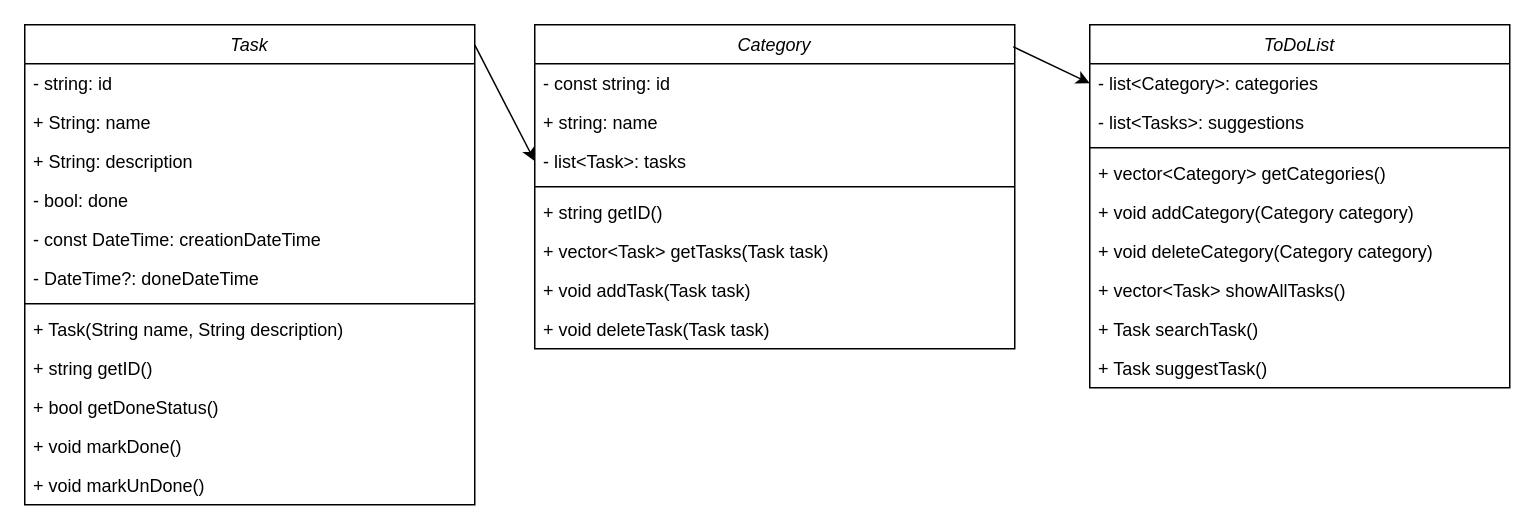
Lululululukasz/GamifizierteToDoListe keeps this draw.io diagram as docs/Class Structure/ClassStructure.drawio. Above is the earlier version. Source tidied: cells renumbered, new cells numbered last; positions are measured from the earlier drawing's top-left corner, leaving out a move shared by most shapes. Both pictures are drawn from the tidied source at 150%, with x=0, y=0 at pixel (24, 24).
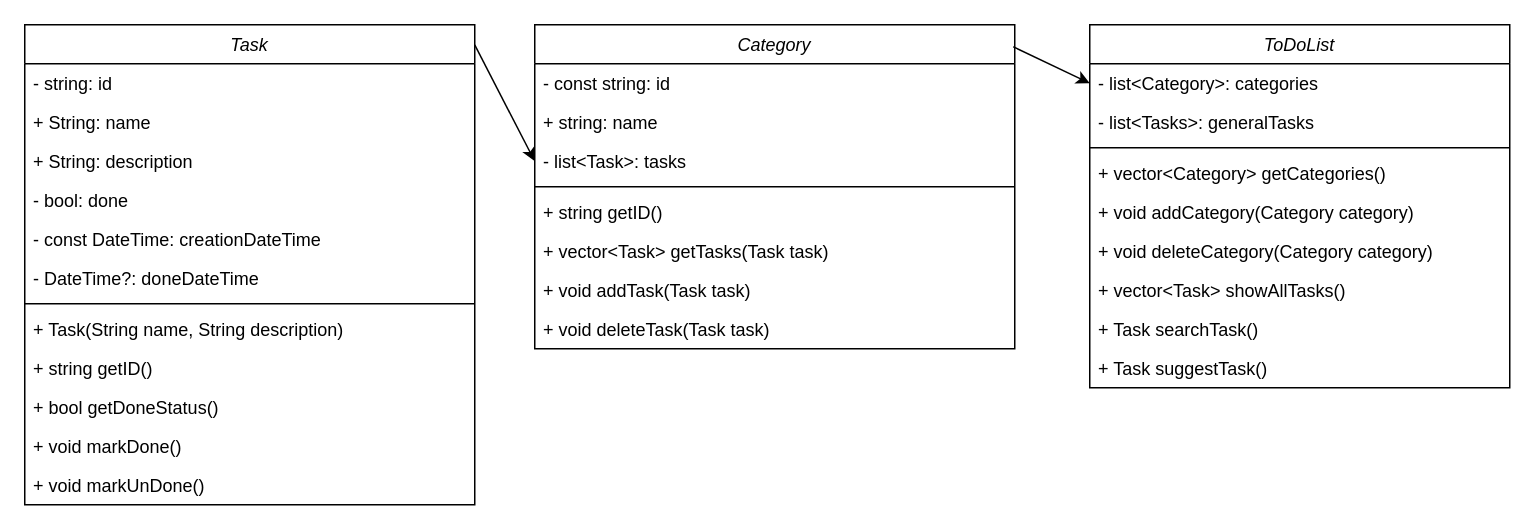
After the change.

The change refers to these unchanged cells:
```xml
<mxCell id="25" value="ToDoList" style="swimlane;fontStyle=2;align=center;verticalAlign=top;horizontal=1;startSize=26;rounded=0;shadow=0;strokeWidth=1;" parent="1" vertex="1">
  <mxGeometry x="710" width="280" height="242" as="geometry" />
</mxCell>
```

Change to the diagram source:
```diff
@@
-    <mxCell id="27" value="- list&lt;Tasks&gt;: suggestions" style="text;align=left;verticalAlign=top;spacingLeft=4;spacingRight=4;overflow=hidden;" parent="25" vertex="1">
+    <mxCell id="27" value="- list&lt;Tasks&gt;: generalTasks" style="text;align=left;verticalAlign=top;spacingLeft=4;spacingRight=4;overflow=hidden;" parent="25" vertex="1">
       <mxGeometry y="52" width="280" height="26" as="geometry" />
     </mxCell>
```
